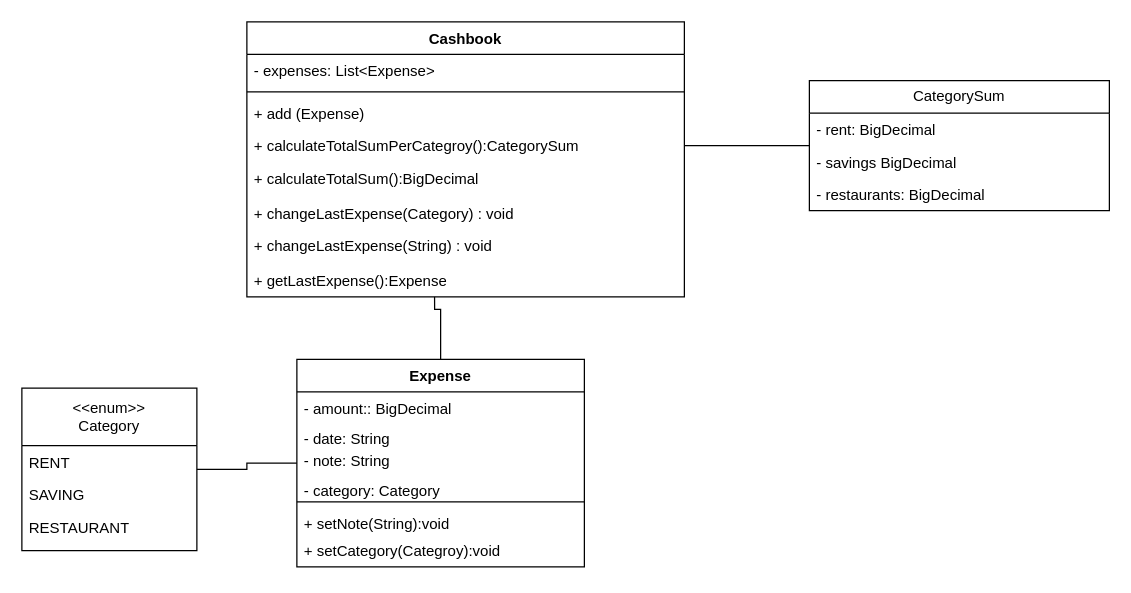
BarbaraSachLackner/CashbookSampleSolution keeps this draw.io diagram as ClassDiagram.drawio. Above is the earlier version. Source tidied: cells renumbered, new cells numbered last; positions are measured from the earlier drawing's top-left corner, leaving out a move shared by most shapes. Both pictures are drawn from the tidied source at 125%, with x=0, y=0 at pixel (21, 21).
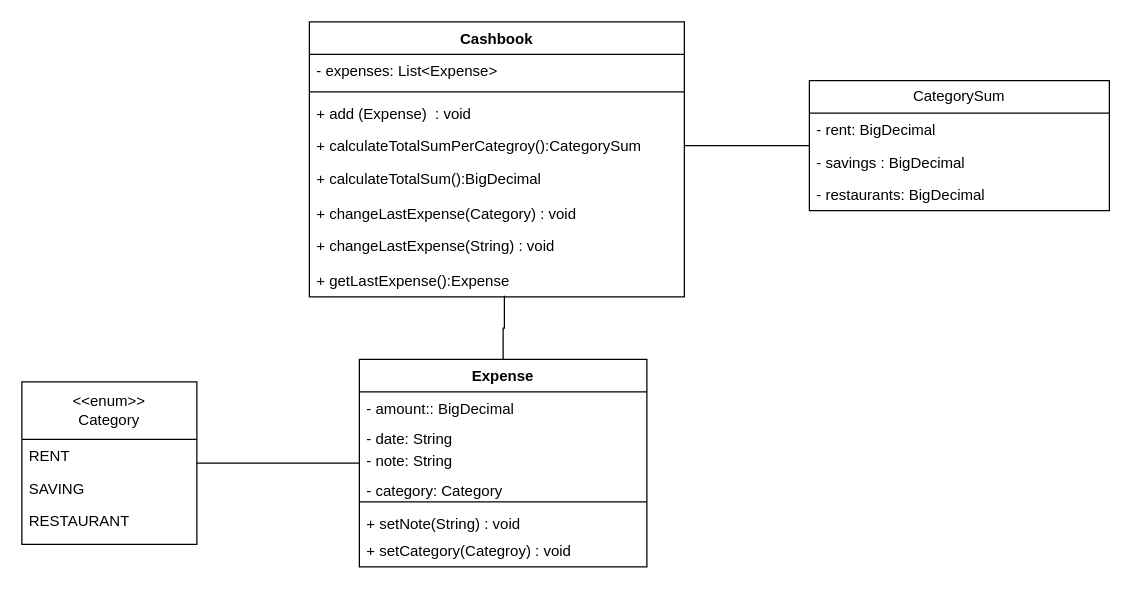
After the change.

Unchanged cells that the change refers to:
```xml
<mxCell id="12" value="CategorySum" style="swimlane;fontStyle=0;horizontal=1;startSize=26;fillColor=none;whiteSpace=wrap;html=1;" parent="1" vertex="1">
  <mxGeometry x="630" y="47" width="240" height="104" as="geometry" />
</mxCell>
```

What changed in the source:
```diff
@@
     <mxCell id="2" value="Cashbook" style="swimlane;fontStyle=1;align=center;verticalAlign=top;horizontal=1;startSize=26;whiteSpace=wrap;html=1;" parent="1" vertex="1">
-      <mxGeometry x="180" width="350" height="220" as="geometry" />
+      <mxGeometry x="230" width="300" height="220" as="geometry" />
     </mxCell>
     <mxCell id="3" value="- expenses: List&amp;lt;Expense&amp;gt;" style="text;strokeColor=none;fillColor=none;align=left;verticalAlign=top;spacingLeft=4;spacingRight=4;overflow=hidden;whiteSpace=wrap;html=1;" parent="2" vertex="1">
-      <mxGeometry y="26" width="350" height="26" as="geometry" />
+      <mxGeometry y="26" width="300" height="26" as="geometry" />
     </mxCell>
     <mxCell id="4" style="line;strokeWidth=1;fillColor=none;align=left;verticalAlign=middle;spacingTop=-1;spacingLeft=3;spacingRight=3;labelPosition=right;strokeColor=inherit;" parent="2" vertex="1">
-      <mxGeometry y="52" width="350" height="8" as="geometry" />
+      <mxGeometry y="52" width="300" height="8" as="geometry" />
     </mxCell>
-    <mxCell id="5" value="+ add (Expense)&amp;nbsp;&lt;br&gt;" style="text;strokeColor=none;fillColor=none;align=left;verticalAlign=top;spacingLeft=4;spacingRight=4;overflow=hidden;whiteSpace=wrap;html=1;" parent="2" vertex="1">
-      <mxGeometry y="60" width="350" height="26" as="geometry" />
+    <mxCell id="5" value="+ add (Expense)&amp;nbsp;&amp;nbsp;: void" style="text;strokeColor=none;fillColor=none;align=left;verticalAlign=top;spacingLeft=4;spacingRight=4;overflow=hidden;whiteSpace=wrap;html=1;" parent="2" vertex="1">
+      <mxGeometry y="60" width="300" height="26" as="geometry" />
     </mxCell>
     <mxCell id="6" value="+ calculateTotalSumPerCategroy():CategorySum" style="text;strokeColor=none;fillColor=none;align=left;verticalAlign=top;spacingLeft=4;spacingRight=4;overflow=hidden;points=[[0,0.5],[1,0.5]];portConstraint=eastwest;whiteSpace=wrap;html=1;" parent="2" vertex="1">
-      <mxGeometry y="86" width="350" height="26" as="geometry" />
+      <mxGeometry y="86" width="300" height="26" as="geometry" />
     </mxCell>
     <mxCell id="7" value="+ calculateTotalSum():BigDecimal" style="text;strokeColor=none;fillColor=none;align=left;verticalAlign=top;spacingLeft=4;spacingRight=4;overflow=hidden;whiteSpace=wrap;html=1;" parent="2" vertex="1">
-      <mxGeometry y="112" width="350" height="28" as="geometry" />
+      <mxGeometry y="112" width="300" height="28" as="geometry" />
     </mxCell>
     <mxCell id="8" value="+ changeLastExpense(Category) : void" style="text;strokeColor=none;fillColor=none;align=left;verticalAlign=top;spacingLeft=4;spacingRight=4;overflow=hidden;whiteSpace=wrap;html=1;" parent="2" vertex="1">
-      <mxGeometry y="140" width="350" height="26" as="geometry" />
+      <mxGeometry y="140" width="300" height="26" as="geometry" />
     </mxCell>
     <mxCell id="9" value="+ changeLastExpense(String) : void" style="text;strokeColor=none;fillColor=none;align=left;verticalAlign=top;spacingLeft=4;spacingRight=4;overflow=hidden;whiteSpace=wrap;html=1;" parent="2" vertex="1">
-      <mxGeometry y="166" width="350" height="28" as="geometry" />
+      <mxGeometry y="166" width="300" height="28" as="geometry" />
     </mxCell>
     <mxCell id="10" value="+ getLastExpense():Expense" style="text;strokeColor=none;fillColor=none;align=left;verticalAlign=top;spacingLeft=4;spacingRight=4;overflow=hidden;points=[[0,0.5],[1,0.5]];portConstraint=eastwest;whiteSpace=wrap;html=1;" parent="2" vertex="1">
-      <mxGeometry y="194" width="350" height="26" as="geometry" />
+      <mxGeometry y="194" width="300" height="26" as="geometry" />
     </mxCell>
@@
-    <mxCell id="14" value="- savings BigDecimal" style="text;strokeColor=none;fillColor=none;align=left;verticalAlign=top;spacingLeft=4;spacingRight=4;overflow=hidden;whiteSpace=wrap;html=1;" parent="12" vertex="1">
+    <mxCell id="14" value="- savings : BigDecimal" style="text;strokeColor=none;fillColor=none;align=left;verticalAlign=top;spacingLeft=4;spacingRight=4;overflow=hidden;whiteSpace=wrap;html=1;" parent="12" vertex="1">
       <mxGeometry y="52" width="240" height="26" as="geometry" />
     </mxCell>
@@
     <mxCell id="17" value="&amp;lt;&amp;lt;enum&amp;gt;&amp;gt;&lt;br&gt;Category" style="swimlane;fontStyle=0;horizontal=1;startSize=46;fillColor=none;whiteSpace=wrap;html=1;" parent="1" vertex="1">
-      <mxGeometry y="293" width="140" height="130" as="geometry" />
+      <mxGeometry y="288" width="140" height="130" as="geometry" />
     </mxCell>
@@
+    <mxCell id="29" style="edgeStyle=orthogonalEdgeStyle;rounded=0;jettySize=auto;html=1;exitX=0.5;exitY=0;exitDx=0;exitDy=0;entryX=0.52;entryY=0.962;entryDx=0;entryDy=0;entryPerimeter=0;strokeWidth=1;endArrow=none;endFill=0;" parent="1" edge="1" source="21" target="10">
+      <mxGeometry relative="1" as="geometry" />
+    </mxCell>
     <mxCell id="21" value="Expense" style="swimlane;fontStyle=1;align=center;verticalAlign=top;horizontal=1;startSize=26;whiteSpace=wrap;html=1;" parent="1" vertex="1">
-      <mxGeometry x="220" y="270" width="230" height="166" as="geometry" />
+      <mxGeometry x="270" y="270" width="230" height="166" as="geometry" />
     </mxCell>
@@
-    <mxCell id="27" value="+ setNote(String):void" style="text;strokeColor=none;fillColor=none;align=left;verticalAlign=top;spacingLeft=4;spacingRight=4;overflow=hidden;whiteSpace=wrap;html=1;" parent="21" vertex="1">
+    <mxCell id="27" value="+ setNote(String) : void" style="text;strokeColor=none;fillColor=none;align=left;verticalAlign=top;spacingLeft=4;spacingRight=4;overflow=hidden;whiteSpace=wrap;html=1;" parent="21" vertex="1">
       <mxGeometry y="118" width="230" height="22" as="geometry" />
     </mxCell>
-    <mxCell id="28" value="+ setCategory(Categroy):void" style="text;strokeColor=none;fillColor=none;align=left;verticalAlign=top;spacingLeft=4;spacingRight=4;overflow=hidden;whiteSpace=wrap;html=1;" parent="21" vertex="1">
+    <mxCell id="28" value="+ setCategory(Categroy) : void" style="text;strokeColor=none;fillColor=none;align=left;verticalAlign=top;spacingLeft=4;spacingRight=4;overflow=hidden;whiteSpace=wrap;html=1;" parent="21" vertex="1">
       <mxGeometry y="140" width="230" height="26" as="geometry" />
     </mxCell>
-    <mxCell id="29" style="edgeStyle=orthogonalEdgeStyle;rounded=0;jettySize=auto;html=1;exitX=0.5;exitY=0;exitDx=0;exitDy=0;entryX=0.429;entryY=1;entryDx=0;entryDy=0;entryPerimeter=0;endArrow=none;endFill=0;" parent="1" edge="1" source="21" target="10">
-      <mxGeometry relative="1" as="geometry">
-        <Array as="points">
-          <mxPoint x="335" y="230" />
-          <mxPoint x="330" y="230" />
-        </Array>
-      </mxGeometry>
-    </mxCell>
```
